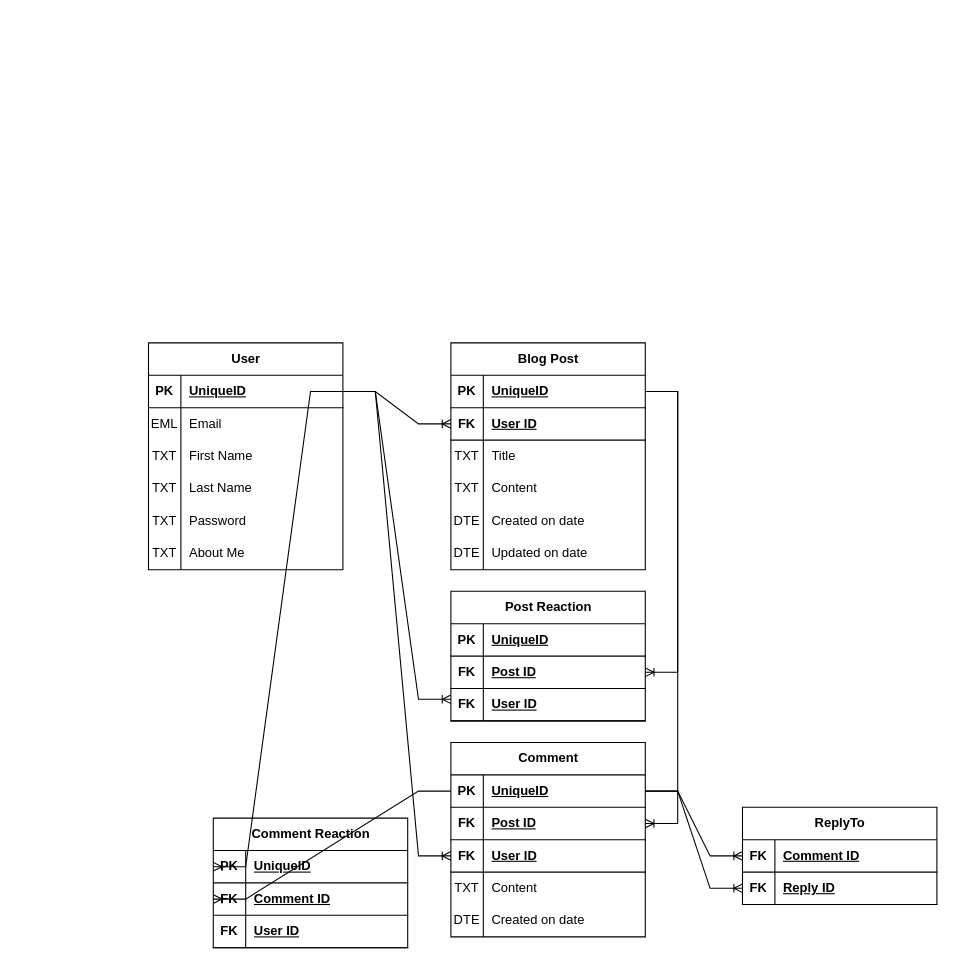
This is database-diagram.drawio from kurealnum/noai-blog, a draw.io file, before an edit. Source tidied: cells renumbered, new cells numbered last; positions are measured from the earlier drawing's top-left corner, leaving out a move shared by most shapes. Both pictures are drawn from the tidied source at 108%, with x=0, y=0 at pixel (148, 342).
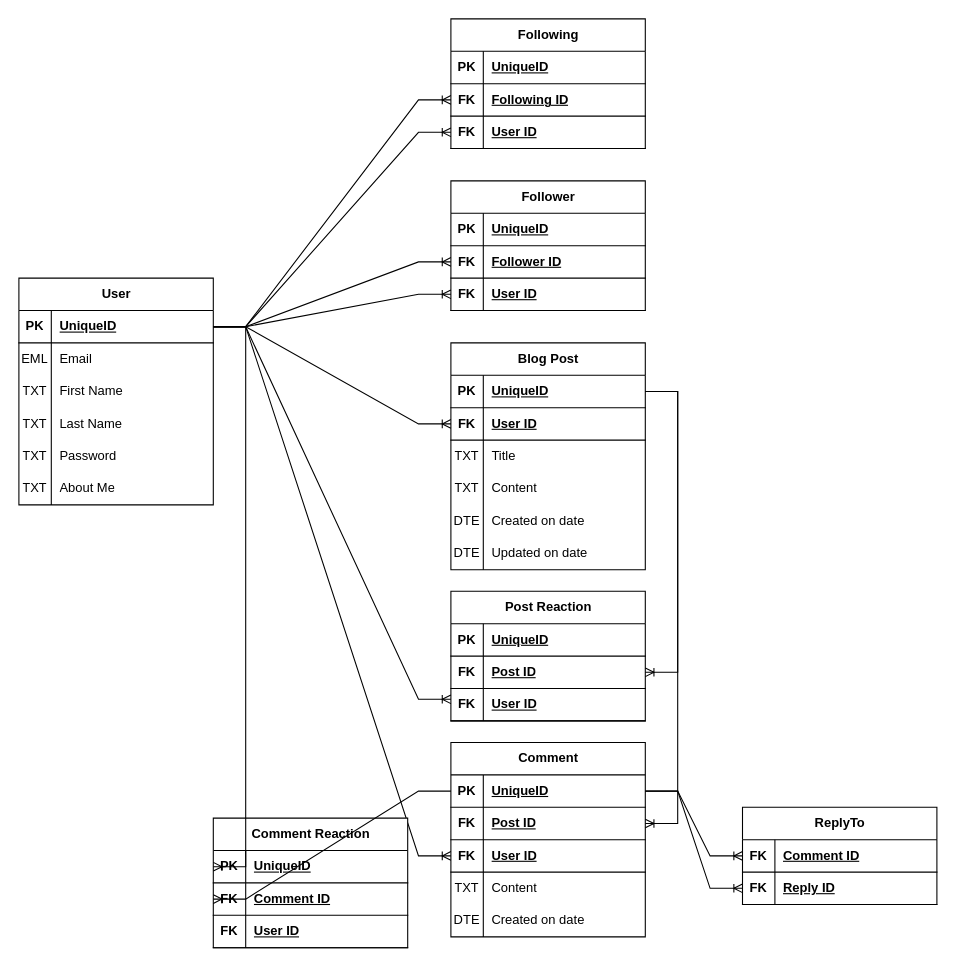
The same page after the edit.

The change refers to these unchanged cells:
```xml
<mxCell id="3" style="shape=tableRow;horizontal=0;startSize=0;swimlaneHead=0;swimlaneBody=0;fillColor=none;points=[[0,0.5],[1,0.5]];portConstraint=eastwest;top=0;left=0;right=0;bottom=1;" parent="2" vertex="1">
  <mxGeometry y="30" width="180" height="30" as="geometry" />
</mxCell>
```

The edit, as a diff of the source:
```diff
@@
     <mxCell id="2" value="User" style="shape=table;startSize=30;childLayout=tableLayout;rowLines=0;fontStyle=1;align=center;html=1;" parent="1" vertex="1">
-      <mxGeometry width="180" height="210" as="geometry" />
+      <mxGeometry x="-120" y="-60" width="180" height="210" as="geometry" />
     </mxCell>
@@
+    <mxCell id="92" value="Follower" style="shape=table;startSize=30;childLayout=tableLayout;rowLines=0;fontStyle=1;align=center;html=1;" parent="1" vertex="1">
+      <mxGeometry x="280" y="-150" width="180" height="120" as="geometry" />
+    </mxCell>
+    <mxCell id="93" style="shape=tableRow;horizontal=0;startSize=0;swimlaneHead=0;swimlaneBody=0;fillColor=none;top=0;left=0;right=0;bottom=1;" parent="92" vertex="1">
+      <mxGeometry y="30" width="180" height="30" as="geometry" />
+    </mxCell>
+    <mxCell id="94" value="PK" style="shape=partialRectangle;fillColor=none;top=0;left=0;bottom=0;right=0;fontStyle=1;overflow=hidden;whiteSpace=wrap;html=1;" parent="93" vertex="1">
+      <mxGeometry width="30" height="30" as="geometry" />
+    </mxCell>
+    <mxCell id="95" value="UniqueID" style="shape=partialRectangle;fillColor=none;top=0;left=0;bottom=0;right=0;align=left;spacingLeft=6;fontStyle=5;overflow=hidden;whiteSpace=wrap;html=1;" parent="93" vertex="1">
+      <mxGeometry x="30" width="150" height="30" as="geometry" />
+    </mxCell>
+    <mxCell id="96" style="shape=tableRow;horizontal=0;startSize=0;swimlaneHead=0;swimlaneBody=0;fillColor=none;points=[[0,0.5],[1,0.5]];portConstraint=eastwest;top=0;left=0;right=0;bottom=1;" parent="92" vertex="1">
+      <mxGeometry y="60" width="180" height="30" as="geometry" />
+    </mxCell>
+    <mxCell id="97" value="&lt;div&gt;FK&lt;/div&gt;" style="shape=partialRectangle;fillColor=none;top=0;left=0;bottom=0;right=0;fontStyle=1;overflow=hidden;whiteSpace=wrap;html=1;" parent="96" vertex="1">
+      <mxGeometry width="30" height="30" as="geometry" />
+    </mxCell>
+    <mxCell id="98" value="Follower ID" style="shape=partialRectangle;fillColor=none;top=0;left=0;bottom=0;right=0;align=left;spacingLeft=6;fontStyle=5;overflow=hidden;whiteSpace=wrap;html=1;" parent="96" vertex="1">
+      <mxGeometry x="30" width="150" height="30" as="geometry" />
+    </mxCell>
+    <mxCell id="99" style="shape=tableRow;horizontal=0;startSize=0;swimlaneHead=0;swimlaneBody=0;fillColor=none;points=[[0,0.5],[1,0.5]];portConstraint=eastwest;top=0;left=0;right=0;bottom=1;" parent="92" vertex="1">
+      <mxGeometry y="90" width="180" height="30" as="geometry" />
+    </mxCell>
+    <mxCell id="100" value="FK" style="shape=partialRectangle;fillColor=none;top=0;left=0;bottom=0;right=0;fontStyle=1;overflow=hidden;whiteSpace=wrap;html=1;" parent="99" vertex="1">
+      <mxGeometry width="30" height="30" as="geometry" />
+    </mxCell>
+    <mxCell id="101" value="User ID" style="shape=partialRectangle;fillColor=none;top=0;left=0;bottom=0;right=0;align=left;spacingLeft=6;fontStyle=5;overflow=hidden;whiteSpace=wrap;html=1;" parent="99" vertex="1">
+      <mxGeometry x="30" width="150" height="30" as="geometry" />
+    </mxCell>
+    <mxCell id="102" style="edgeStyle=entityRelationEdgeStyle;fontSize=12;html=1;endArrow=ERoneToMany;rounded=0;exitX=1;exitY=0.5;exitDx=0;exitDy=0;entryX=0;entryY=0.5;entryDx=0;entryDy=0;" parent="1" edge="1" source="3" target="99">
+      <mxGeometry relative="1" as="geometry">
+        <Array as="points">
+          <mxPoint x="220" y="300" />
+          <mxPoint x="540" y="40" />
+        </Array>
+      </mxGeometry>
+    </mxCell>
+    <mxCell id="103" style="edgeStyle=entityRelationEdgeStyle;fontSize=12;html=1;endArrow=ERoneToMany;rounded=0;exitX=1;exitY=0.5;exitDx=0;exitDy=0;entryX=0;entryY=0.5;entryDx=0;entryDy=0;" parent="1" edge="1" source="3" target="96">
+      <mxGeometry relative="1" as="geometry">
+        <Array as="points">
+          <mxPoint x="230" y="310" />
+          <mxPoint x="550" y="50" />
+        </Array>
+      </mxGeometry>
+    </mxCell>
+    <mxCell id="104" value="Following" style="shape=table;startSize=30;childLayout=tableLayout;rowLines=0;fontStyle=1;align=center;html=1;" parent="1" vertex="1">
+      <mxGeometry x="280" y="-300" width="180" height="120" as="geometry" />
+    </mxCell>
+    <mxCell id="105" style="shape=tableRow;horizontal=0;startSize=0;swimlaneHead=0;swimlaneBody=0;fillColor=none;top=0;left=0;right=0;bottom=1;" parent="104" vertex="1">
+      <mxGeometry y="30" width="180" height="30" as="geometry" />
+    </mxCell>
+    <mxCell id="106" value="PK" style="shape=partialRectangle;fillColor=none;top=0;left=0;bottom=0;right=0;fontStyle=1;overflow=hidden;whiteSpace=wrap;html=1;" parent="105" vertex="1">
+      <mxGeometry width="30" height="30" as="geometry" />
+    </mxCell>
+    <mxCell id="107" value="UniqueID" style="shape=partialRectangle;fillColor=none;top=0;left=0;bottom=0;right=0;align=left;spacingLeft=6;fontStyle=5;overflow=hidden;whiteSpace=wrap;html=1;" parent="105" vertex="1">
+      <mxGeometry x="30" width="150" height="30" as="geometry" />
+    </mxCell>
+    <mxCell id="108" style="shape=tableRow;horizontal=0;startSize=0;swimlaneHead=0;swimlaneBody=0;fillColor=none;points=[[0,0.5],[1,0.5]];portConstraint=eastwest;top=0;left=0;right=0;bottom=1;" parent="104" vertex="1">
+      <mxGeometry y="60" width="180" height="30" as="geometry" />
+    </mxCell>
+    <mxCell id="109" value="&lt;div&gt;FK&lt;/div&gt;" style="shape=partialRectangle;fillColor=none;top=0;left=0;bottom=0;right=0;fontStyle=1;overflow=hidden;whiteSpace=wrap;html=1;" parent="108" vertex="1">
+      <mxGeometry width="30" height="30" as="geometry" />
+    </mxCell>
+    <mxCell id="110" value="Following ID" style="shape=partialRectangle;fillColor=none;top=0;left=0;bottom=0;right=0;align=left;spacingLeft=6;fontStyle=5;overflow=hidden;whiteSpace=wrap;html=1;" parent="108" vertex="1">
+      <mxGeometry x="30" width="150" height="30" as="geometry" />
+    </mxCell>
+    <mxCell id="111" style="shape=tableRow;horizontal=0;startSize=0;swimlaneHead=0;swimlaneBody=0;fillColor=none;points=[[0,0.5],[1,0.5]];portConstraint=eastwest;top=0;left=0;right=0;bottom=1;" parent="104" vertex="1">
+      <mxGeometry y="90" width="180" height="30" as="geometry" />
+    </mxCell>
+    <mxCell id="112" value="FK" style="shape=partialRectangle;fillColor=none;top=0;left=0;bottom=0;right=0;fontStyle=1;overflow=hidden;whiteSpace=wrap;html=1;" parent="111" vertex="1">
+      <mxGeometry width="30" height="30" as="geometry" />
+    </mxCell>
+    <mxCell id="113" value="User ID" style="shape=partialRectangle;fillColor=none;top=0;left=0;bottom=0;right=0;align=left;spacingLeft=6;fontStyle=5;overflow=hidden;whiteSpace=wrap;html=1;" parent="111" vertex="1">
+      <mxGeometry x="30" width="150" height="30" as="geometry" />
+    </mxCell>
+    <mxCell id="114" style="edgeStyle=entityRelationEdgeStyle;fontSize=12;html=1;endArrow=ERoneToMany;rounded=0;exitX=1;exitY=0.5;exitDx=0;exitDy=0;entryX=0;entryY=0.5;entryDx=0;entryDy=0;" parent="1" edge="1" source="3" target="111">
+      <mxGeometry relative="1" as="geometry">
+        <Array as="points">
+          <mxPoint x="220" y="150" />
+          <mxPoint x="540" y="-110" />
+        </Array>
+      </mxGeometry>
+    </mxCell>
+    <mxCell id="115" style="edgeStyle=entityRelationEdgeStyle;fontSize=12;html=1;endArrow=ERoneToMany;rounded=0;exitX=1;exitY=0.5;exitDx=0;exitDy=0;entryX=0;entryY=0.5;entryDx=0;entryDy=0;" parent="1" edge="1" source="3" target="108">
+      <mxGeometry relative="1" as="geometry">
+        <Array as="points">
+          <mxPoint x="230" y="160" />
+          <mxPoint x="550" y="-100" />
+        </Array>
+      </mxGeometry>
+    </mxCell>
```
